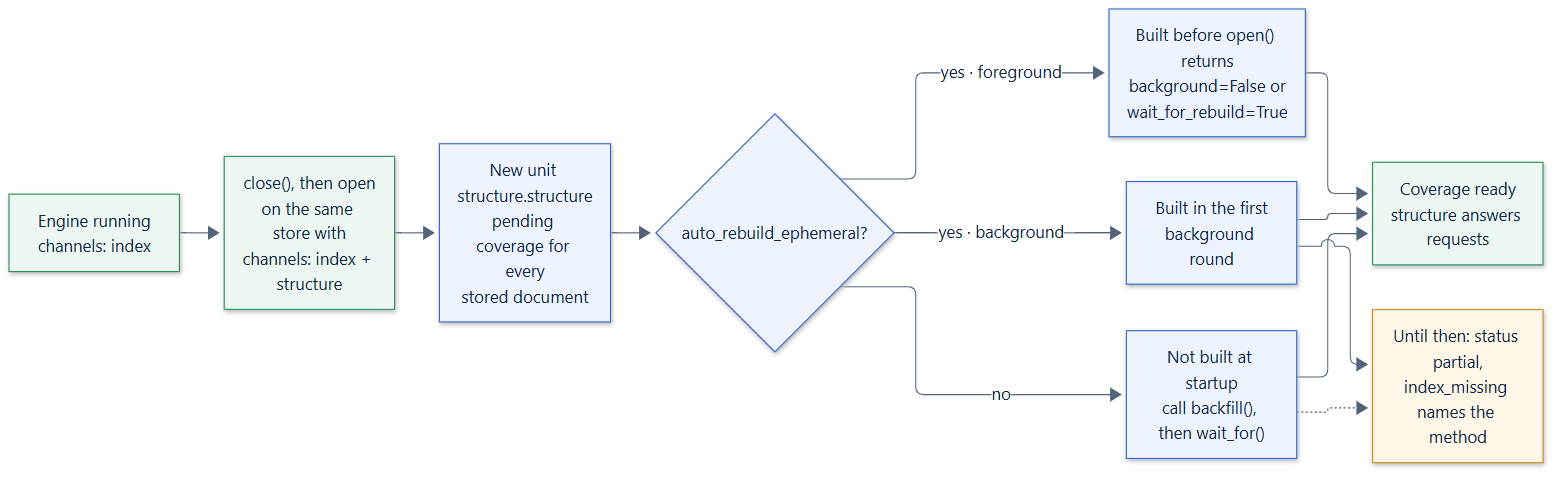
smuniharish/retrievalloom keeps this Mermaid diagram as docs/assets/diagrams/channel-changes.png. Above is the earlier version. Its source is kept beside it as diagrams/channel-changes.mmd.
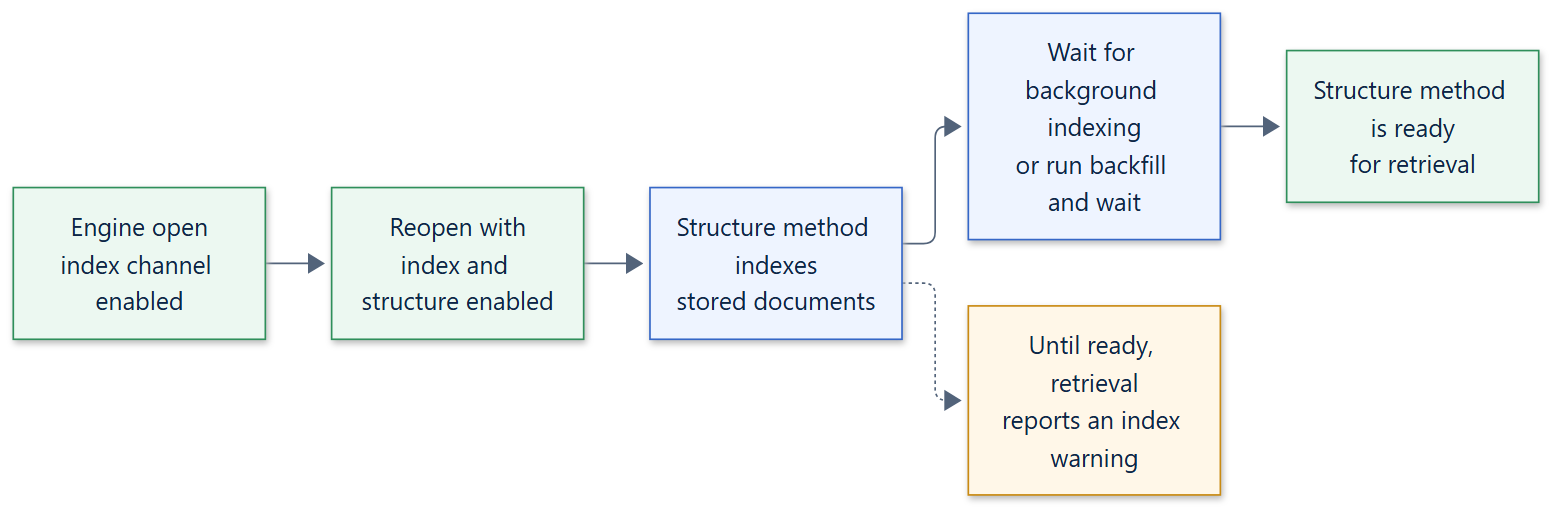
Above is the later version.

The edit, as a diff of the source:
```diff
@@ -3,19 +3,12 @@
     classDef core fill:#eef4ff,stroke:#3567c7,color:#0f2547
     classDef provider fill:#fff7e8,stroke:#c98a12,color:#0f2547
 
-    running["Engine running<br/>channels: index"]:::app
-    reopen["close(), then open<br/>on the same store with<br/>channels: index + structure"]:::app
-    pending["New unit structure.structure<br/>pending coverage for every<br/>stored document"]:::core
-    startup{"auto_rebuild_ephemeral?"}:::core
-    foreground["Built before open() returns<br/>background=False or<br/>wait_for_rebuild=True"]:::core
-    background["Built in the first<br/>background round"]:::core
-    explicit["Not built at startup<br/>call backfill(), then wait_for()"]:::core
-    partial["Until then: status partial,<br/>index_missing names the method"]:::provider
-    ready["Coverage ready<br/>structure answers requests"]:::app
+    running["Engine open<br/>index channel enabled"]:::app
+    reopen["Reopen with<br/>index and structure enabled"]:::app
+    pending["Structure method indexes<br/>stored documents"]:::core
+    background["Wait for background indexing<br/>or run backfill and wait"]:::core
+    partial["Until ready, retrieval<br/>reports an index warning"]:::provider
+    ready["Structure method is ready<br/>for retrieval"]:::app
 
-    running --> reopen --> pending --> startup
-    startup -- "yes · foreground" --> foreground --> ready
-    startup -- "yes · background" --> background --> ready
-    startup -- "no" --> explicit --> ready
-    background -.-> partial
-    explicit -.-> partial
+    running --> reopen --> pending --> background --> ready
+    pending -.-> partial
```
